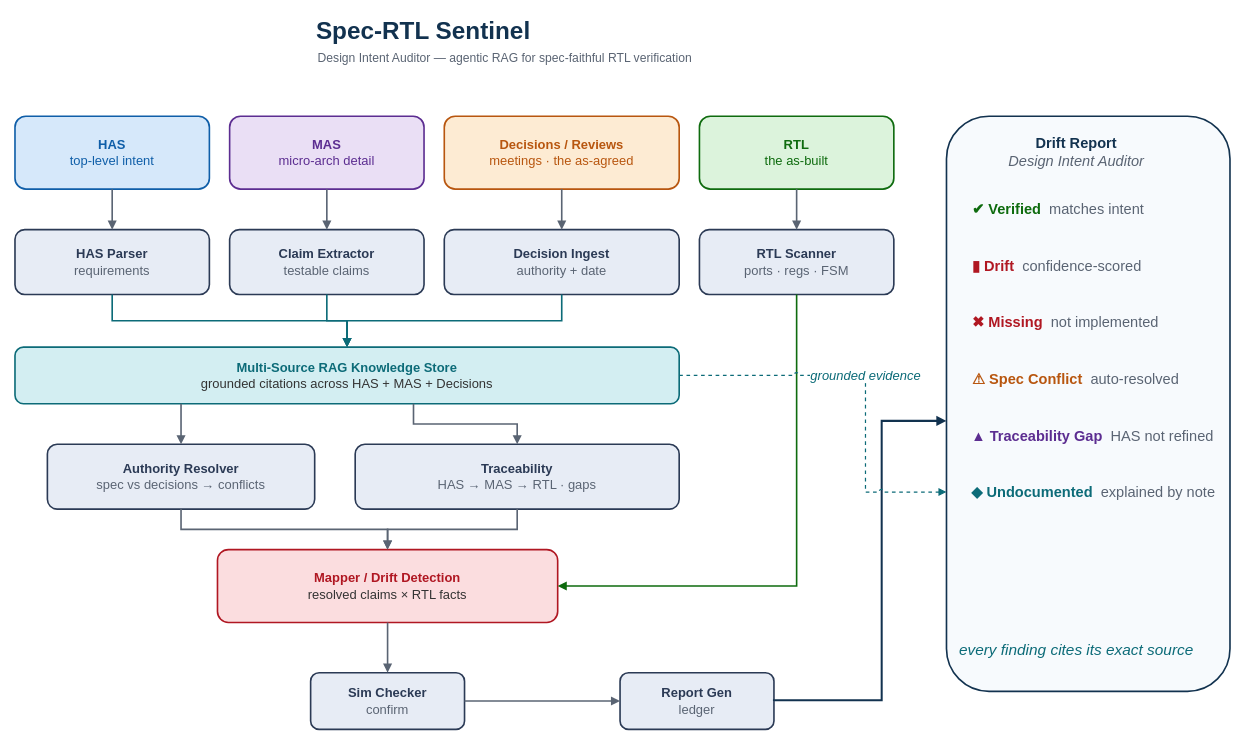
Before: docs/architecture.drawio in mayureshpiske19/spec-rtl-sentinel, a draw.io diagram. Source tidied: cells renumbered, new cells numbered last; positions are measured from the earlier drawing's top-left corner, leaving out a move shared by most shapes. Both pictures are drawn from the tidied source at 81%, with x=0, y=0 at pixel (15, 14).
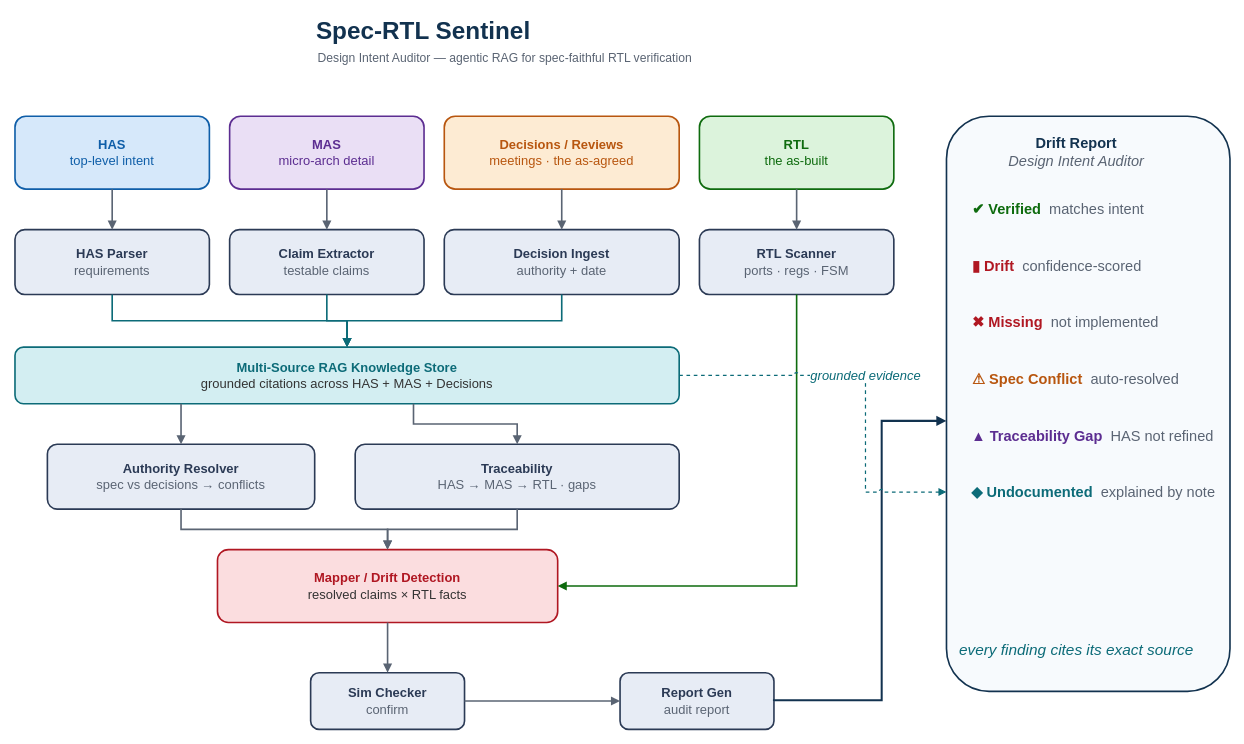
The same page after the edit.

Commit message (it also covers changes not shown here):
Clean up architecture PNG: remove grid/page lines, fix 'ledger' -> 'audit report'

Regenerate a clean, grid-free architecture.png from the draw.io source (the
faint editor grid and dashed page boundary are post-processed out) and fix the
Report Gen sublabel that still read 'ledger'. Rebuild the deck to embed it.

Change to the diagram source:
```diff
@@
-    <mxCell id="17" value="&lt;b&gt;Report Gen&lt;/b&gt;&lt;br&gt;&lt;font style=&quot;color: rgb(90, 100, 115);&quot;&gt;ledger&lt;/font&gt;" style="rounded=1;whiteSpace=wrap;html=1;fillColor=#E7ECF5;strokeColor=#2B3A55;strokeWidth=2;fontColor=#2B3A55;fontSize=16;verticalAlign=middle;" parent="1" vertex="1">
+    <mxCell id="17" value="&lt;b&gt;Report Gen&lt;/b&gt;&lt;br&gt;&lt;font style=&quot;color: rgb(90, 100, 115);&quot;&gt;audit report&lt;/font&gt;" style="rounded=1;whiteSpace=wrap;html=1;fillColor=#E7ECF5;strokeColor=#2B3A55;strokeWidth=2;fontColor=#2B3A55;fontSize=16;verticalAlign=middle;" parent="1" vertex="1">
       <mxGeometry x="747" y="813" width="190" height="70" as="geometry" />
     </mxCell>
```
